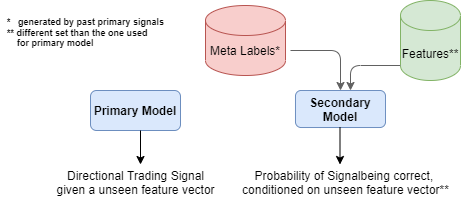
aarzt21/MasterThesisETHZ keeps this draw.io diagram as Graphics/Untitled Diagram.png. Above is the earlier version. Source tidied: cells renumbered, new cells last; positions are measured from the earlier drawing's top-left corner, leaving out a move shared by most shapes.
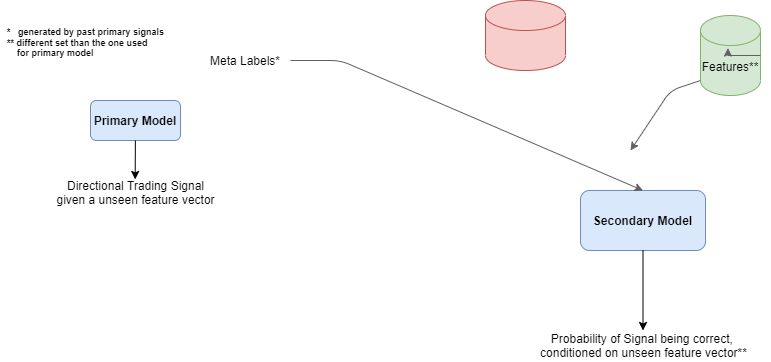
Later version of the same file.

Change to the diagram source:
```diff
@@ -5,17 +5,14 @@
     <mxCell id="2" value="&lt;b&gt;Primary Model&lt;/b&gt;" style="rounded=1;whiteSpace=wrap;html=1;fillColor=#dae8fc;strokeColor=#6c8ebf;" parent="1" vertex="1">
       <mxGeometry x="90" y="90" width="90" height="40" as="geometry" />
     </mxCell>
-    <mxCell id="3" style="endArrow=classic;html=1;" parent="1" edge="1">
-      <mxGeometry relative="1" as="geometry">
-        <mxPoint x="140" y="130" as="sourcePoint" />
-        <mxPoint x="140" y="164" as="targetPoint" />
-      </mxGeometry>
+    <mxCell id="3" style="endArrow=classic;html=1;entryX=0.498;entryY=0.064;entryDx=0;entryDy=0;entryPerimeter=0;" parent="1" edge="1" source="2" target="11">
+      <mxGeometry relative="1" as="geometry" />
     </mxCell>
     <mxCell id="4" value="&lt;b&gt;Secondary Model&lt;/b&gt;" style="rounded=1;whiteSpace=wrap;html=1;fillColor=#dae8fc;strokeColor=#6c8ebf;" parent="1" vertex="1">
-      <mxGeometry x="295" y="90" width="90" height="37" as="geometry" />
+      <mxGeometry x="580" y="180" width="125" height="60" as="geometry" />
     </mxCell>
     <mxCell id="5" style="shape=cylinder3;whiteSpace=wrap;html=1;boundedLbl=1;backgroundOutline=1;size=15;fillColor=#f8cecc;strokeColor=#b85450;" parent="1" vertex="1">
-      <mxGeometry x="205" y="5" width="80" height="70" as="geometry" />
+      <mxGeometry x="485" y="-10" width="80" height="70" as="geometry" />
     </mxCell>
     <mxCell id="6" value="Meta Labels*" style="text;html=1;strokeColor=none;fillColor=none;align=center;verticalAlign=middle;whiteSpace=wrap;rounded=0;" parent="1" vertex="1">
       <mxGeometry x="205" y="40" width="80" height="20" as="geometry" />
@@ -29,30 +26,30 @@
       </mxGeometry>
     </mxCell>
     <mxCell id="8" value="Features**" style="shape=cylinder3;whiteSpace=wrap;html=1;boundedLbl=1;backgroundOutline=1;size=15;fillColor=#d5e8d4;strokeColor=#82b366;" parent="1" vertex="1">
-      <mxGeometry x="400" width="60" height="80" as="geometry" />
+      <mxGeometry x="700" y="5" width="60" height="80" as="geometry" />
     </mxCell>
     <mxCell id="9" style="endArrow=classic;html=1;strokeColor=#616161;exitX=0;exitY=1;exitDx=0;exitDy=-15;exitPerimeter=0;" parent="1" edge="1" source="8">
       <mxGeometry relative="1" as="geometry">
-        <mxPoint x="350" y="90" as="targetPoint" />
+        <mxPoint x="630" y="140" as="targetPoint" />
         <Array as="points">
-          <mxPoint x="350" y="65" />
+          <mxPoint x="670" y="80" />
         </Array>
       </mxGeometry>
     </mxCell>
-    <mxCell id="10" style="endArrow=classic;html=1;" parent="1" edge="1">
-      <mxGeometry relative="1" as="geometry">
-        <mxPoint x="339.5" y="127" as="sourcePoint" />
-        <mxPoint x="339.5" y="164" as="targetPoint" />
-      </mxGeometry>
+    <mxCell id="10" style="endArrow=classic;html=1;" parent="1" edge="1" source="4" target="12">
+      <mxGeometry relative="1" as="geometry" />
     </mxCell>
     <mxCell id="11" value="Directional Trading Signal&lt;br&gt;given a unseen feature vector" style="text;html=1;align=center;verticalAlign=middle;points=[];" parent="1" vertex="1">
       <mxGeometry x="50" y="167" width="170" height="30" as="geometry" />
     </mxCell>
-    <mxCell id="12" value="Probability of Signalbeing correct, &lt;br&gt;conditioned on unseen feature vector**" style="text;html=1;align=center;verticalAlign=middle;points=[];" parent="1" vertex="1">
-      <mxGeometry x="235" y="167" width="220" height="30" as="geometry" />
+    <mxCell id="12" value="Probability of Signal being correct, &lt;br&gt;conditioned on unseen feature vector**" style="text;html=1;align=center;verticalAlign=middle;points=[];" parent="1" vertex="1">
+      <mxGeometry x="532.5" y="320" width="220" height="30" as="geometry" />
     </mxCell>
     <mxCell id="13" value="&lt;div style=&quot;text-align: left&quot;&gt;&lt;b style=&quot;font-size: 9px&quot;&gt;*&amp;nbsp; &amp;nbsp;generated by past primary signals&lt;/b&gt;&lt;/div&gt;&lt;font style=&quot;font-size: 9px&quot;&gt;&lt;div style=&quot;text-align: left&quot;&gt;&lt;b&gt;** different set than the one used&amp;nbsp;&lt;/b&gt;&lt;/div&gt;&lt;b&gt;&lt;div style=&quot;text-align: left&quot;&gt;&lt;b&gt;&amp;nbsp; &amp;nbsp; for primary model&lt;/b&gt;&lt;/div&gt;&lt;/b&gt;&lt;/font&gt;" style="text;html=1;align=center;verticalAlign=middle;" parent="1" vertex="1">
       <mxGeometry y="5" width="170" height="50" as="geometry" />
     </mxCell>
+    <mxCell id="14" style="edgeStyle=orthogonalEdgeStyle;rounded=0;orthogonalLoop=1;jettySize=auto;html=1;exitX=1;exitY=0.5;exitDx=0;exitDy=0;exitPerimeter=0;entryX=0.457;entryY=0.407;entryDx=0;entryDy=0;entryPerimeter=0;strokeColor=#616161;" parent="1" edge="1" source="8" target="8">
+      <mxGeometry relative="1" as="geometry" />
+    </mxCell>
   </root>
 </mxGraphModel>
```
